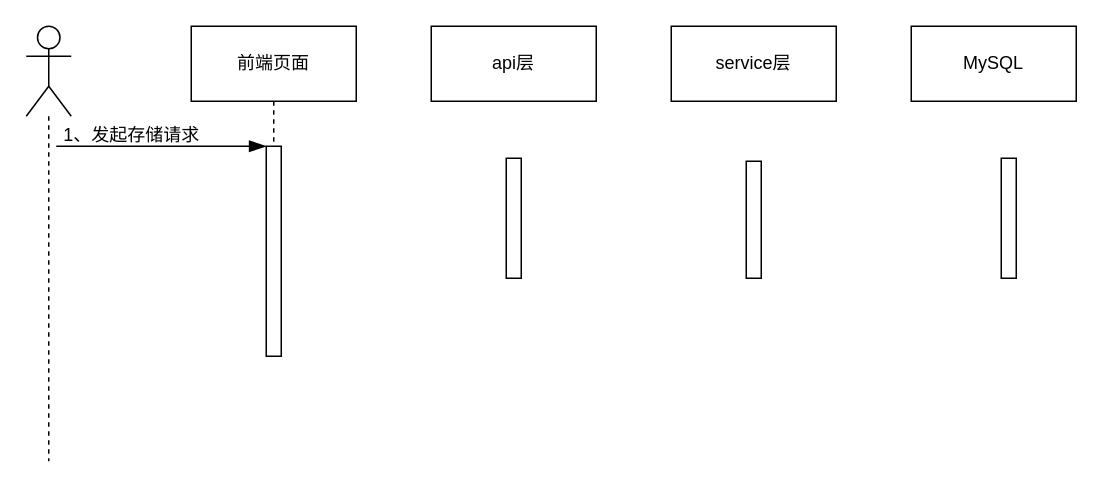
Before: 任务查询时序图.drawio in tianshengdiwangK/common, a draw.io diagram. Source tidied: cells renumbered, new cells numbered last; positions are measured from the earlier drawing's top-left corner, leaving out a move shared by most shapes. Both pictures are drawn from the tidied source at 150%, with x=0, y=0 at pixel (26, 26).
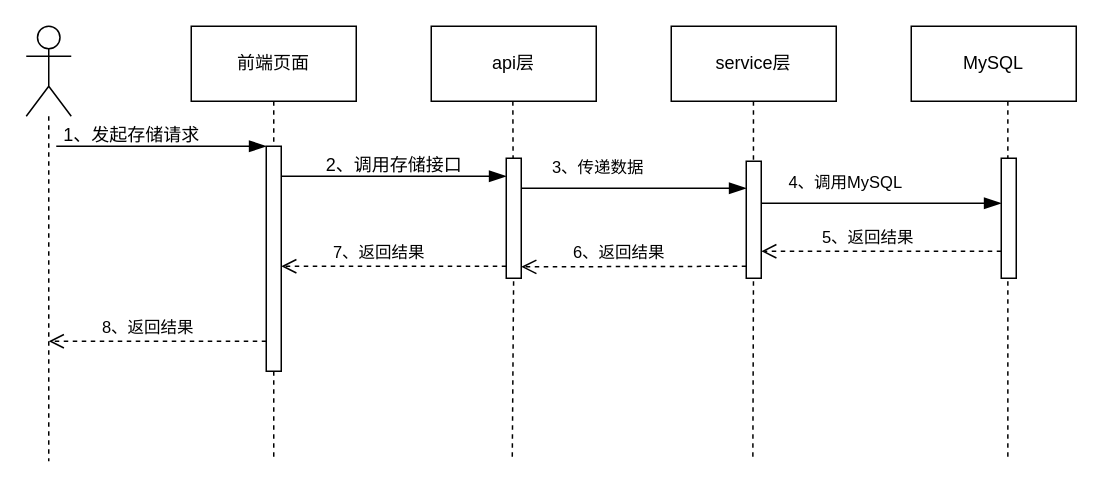
The same page after the edit.

Commit message (it also covers changes not shown here):
更新任务查询时序图.drawio

The change refers to these unchanged cells:
```xml
<mxCell id="5" value="前端页面" style="html=1;whiteSpace=wrap;" parent="1" vertex="1">
  <mxGeometry x="110" width="110" height="50" as="geometry" />
</mxCell>
<mxCell id="13" style="html=1;points=[];perimeter=orthogonalPerimeter;outlineConnect=0;targetShapes=umlLifeline;portConstraint=eastwest;newEdgeStyle={&quot;edgeStyle&quot;:&quot;elbowEdgeStyle&quot;,&quot;elbow&quot;:&quot;vertical&quot;,&quot;curved&quot;:0,&quot;rounded&quot;:0};" parent="1" vertex="1">
  <mxGeometry x="480" y="90" width="10" height="78" as="geometry" />
</mxCell>
<mxCell id="14" style="html=1;points=[];perimeter=orthogonalPerimeter;outlineConnect=0;targetShapes=umlLifeline;portConstraint=eastwest;newEdgeStyle={&quot;edgeStyle&quot;:&quot;elbowEdgeStyle&quot;,&quot;elbow&quot;:&quot;vertical&quot;,&quot;curved&quot;:0,&quot;rounded&quot;:0};" parent="1" vertex="1">
  <mxGeometry x="650" y="88" width="10" height="80" as="geometry" />
</mxCell>
```

What changed in the source:
```diff
@@
+    <mxCell id="15" style="edgeStyle=orthogonalEdgeStyle;rounded=0;orthogonalLoop=1;jettySize=auto;html=1;endArrow=none;endFill=0;dashed=1;" parent="1" edge="1">
+      <mxGeometry relative="1" as="geometry">
+        <mxPoint x="654.8" y="50" as="sourcePoint" />
+        <mxPoint x="654.4" y="290" as="targetPoint" />
+        <Array as="points">
+          <mxPoint x="655.4" y="290" />
+        </Array>
+      </mxGeometry>
+    </mxCell>
+    <mxCell id="16" style="edgeStyle=orthogonalEdgeStyle;rounded=0;orthogonalLoop=1;jettySize=auto;html=1;endArrow=none;endFill=0;dashed=1;" parent="1" edge="1">
+      <mxGeometry relative="1" as="geometry">
+        <mxPoint x="484.8" y="50" as="sourcePoint" />
+        <mxPoint x="484.4" y="290" as="targetPoint" />
+        <Array as="points">
+          <mxPoint x="484.4" y="170" />
+          <mxPoint x="484.4" y="170" />
+        </Array>
+      </mxGeometry>
+    </mxCell>
+    <mxCell id="17" style="edgeStyle=orthogonalEdgeStyle;rounded=0;orthogonalLoop=1;jettySize=auto;html=1;endArrow=none;endFill=0;dashed=1;" parent="1" edge="1">
+      <mxGeometry relative="1" as="geometry">
+        <mxPoint x="324.4" y="50" as="sourcePoint" />
+        <mxPoint x="324" y="290" as="targetPoint" />
+      </mxGeometry>
+    </mxCell>
@@
     <mxCell id="4" style="edgeStyle=orthogonalEdgeStyle;rounded=0;jettySize=auto;html=1;endArrow=none;endFill=0;dashed=1;" parent="1" edge="1" source="5">
       <mxGeometry relative="1" as="geometry">
-        <mxPoint x="165" y="80" as="targetPoint" />
+        <mxPoint x="165" y="290" as="targetPoint" />
       </mxGeometry>
     </mxCell>
@@
     <mxCell id="9" style="html=1;points=[];perimeter=orthogonalPerimeter;outlineConnect=0;targetShapes=umlLifeline;portConstraint=eastwest;newEdgeStyle={&quot;edgeStyle&quot;:&quot;elbowEdgeStyle&quot;,&quot;elbow&quot;:&quot;vertical&quot;,&quot;curved&quot;:0,&quot;rounded&quot;:0};" parent="1" vertex="1">
-      <mxGeometry x="160" y="80" width="10" height="140" as="geometry" />
+      <mxGeometry x="160" y="80" width="10" height="150" as="geometry" />
     </mxCell>
@@
+    <mxCell id="18" style="endArrow=blockThin;endFill=1;endSize=9;html=1;rounded=0;" parent="1" edge="1" source="9">
+      <mxGeometry relative="1" as="geometry">
+        <mxPoint x="320" y="100" as="targetPoint" />
+      </mxGeometry>
+    </mxCell>
+    <mxCell id="19" value="2、调用存储接口" style="text;html=1;align=center;verticalAlign=middle;strokeColor=none;fillColor=none;" parent="1" vertex="1">
+      <mxGeometry x="190" y="78" width="110" height="30" as="geometry" />
+    </mxCell>
+    <mxCell id="20" style="endArrow=blockThin;endFill=1;endSize=9;html=1;rounded=0;" parent="1" edge="1">
+      <mxGeometry relative="1" as="geometry">
+        <mxPoint x="330" y="108" as="sourcePoint" />
+        <mxPoint x="480" y="108" as="targetPoint" />
+      </mxGeometry>
+    </mxCell>
+    <mxCell id="21" value="3、传递数据" style="edgeLabel;html=1;align=center;verticalAlign=middle;" parent="20" vertex="1">
+      <mxGeometry x="-0.13" y="3" relative="1" as="geometry">
+        <mxPoint x="-15" y="-12" as="offset" />
+      </mxGeometry>
+    </mxCell>
+    <mxCell id="22" style="endArrow=blockThin;endFill=1;endSize=9;html=1;rounded=0;" parent="1" edge="1" target="14">
+      <mxGeometry relative="1" as="geometry">
+        <mxPoint x="490" y="118" as="sourcePoint" />
+      </mxGeometry>
+    </mxCell>
+    <mxCell id="23" value="4、调用MySQL" style="edgeLabel;html=1;align=center;verticalAlign=middle;" parent="22" vertex="1">
+      <mxGeometry x="-0.13" y="3" relative="1" as="geometry">
+        <mxPoint x="-15" y="-12" as="offset" />
+      </mxGeometry>
+    </mxCell>
+    <mxCell id="24" style="html=1;verticalAlign=bottom;endArrow=open;dashed=1;endSize=8;edgeStyle=elbowEdgeStyle;elbow=vertical;curved=0;rounded=0;" parent="1" edge="1" source="14" target="13">
+      <mxGeometry x="0.77" relative="1" as="geometry">
+        <Array as="points">
+          <mxPoint x="520" y="150" />
+        </Array>
+      </mxGeometry>
+    </mxCell>
+    <mxCell id="25" value="5、返回结果" style="edgeLabel;html=1;align=center;verticalAlign=middle;" parent="24" vertex="1">
+      <mxGeometry x="-0.11" y="-2" relative="1" as="geometry">
+        <mxPoint x="-19" y="-8" as="offset" />
+      </mxGeometry>
+    </mxCell>
+    <mxCell id="26" style="html=1;verticalAlign=bottom;endArrow=open;dashed=1;endSize=8;edgeStyle=elbowEdgeStyle;elbow=vertical;curved=0;rounded=0;" parent="1" edge="1">
+      <mxGeometry x="0.77" relative="1" as="geometry">
+        <mxPoint x="480" y="160" as="sourcePoint" />
+        <mxPoint x="330" y="160.4" as="targetPoint" />
+        <Array as="points">
+          <mxPoint x="360" y="160.4" />
+        </Array>
+      </mxGeometry>
+    </mxCell>
+    <mxCell id="27" value="6、返回结果" style="edgeLabel;html=1;align=center;verticalAlign=middle;" parent="26" vertex="1">
+      <mxGeometry x="-0.11" y="-2" relative="1" as="geometry">
+        <mxPoint x="-19" y="-8" as="offset" />
+      </mxGeometry>
+    </mxCell>
+    <mxCell id="28" style="html=1;verticalAlign=bottom;endArrow=open;dashed=1;endSize=8;edgeStyle=elbowEdgeStyle;elbow=vertical;curved=0;rounded=0;" parent="1" edge="1">
+      <mxGeometry x="0.77" relative="1" as="geometry">
+        <mxPoint x="160" y="210" as="sourcePoint" />
+        <mxPoint x="15" y="210" as="targetPoint" />
+        <Array as="points">
+          <mxPoint x="45" y="210" />
+        </Array>
+      </mxGeometry>
+    </mxCell>
+    <mxCell id="29" value="8、返回结果" style="edgeLabel;html=1;align=center;verticalAlign=middle;" parent="28" vertex="1">
+      <mxGeometry x="-0.11" y="-2" relative="1" as="geometry">
+        <mxPoint x="-15" y="-8" as="offset" />
+      </mxGeometry>
+    </mxCell>
+    <mxCell id="30" style="html=1;verticalAlign=bottom;endArrow=open;dashed=1;endSize=8;edgeStyle=elbowEdgeStyle;elbow=vertical;curved=0;rounded=0;" parent="1" edge="1">
+      <mxGeometry x="0.77" relative="1" as="geometry">
+        <mxPoint x="320" y="160" as="sourcePoint" />
+        <mxPoint x="170" y="160" as="targetPoint" />
+        <Array as="points">
+          <mxPoint x="200" y="160" />
+        </Array>
+      </mxGeometry>
+    </mxCell>
+    <mxCell id="31" value="7、返回结果" style="edgeLabel;html=1;align=center;verticalAlign=middle;" parent="30" vertex="1">
+      <mxGeometry x="-0.11" y="-2" relative="1" as="geometry">
+        <mxPoint x="-19" y="-8" as="offset" />
+      </mxGeometry>
+    </mxCell>
```
